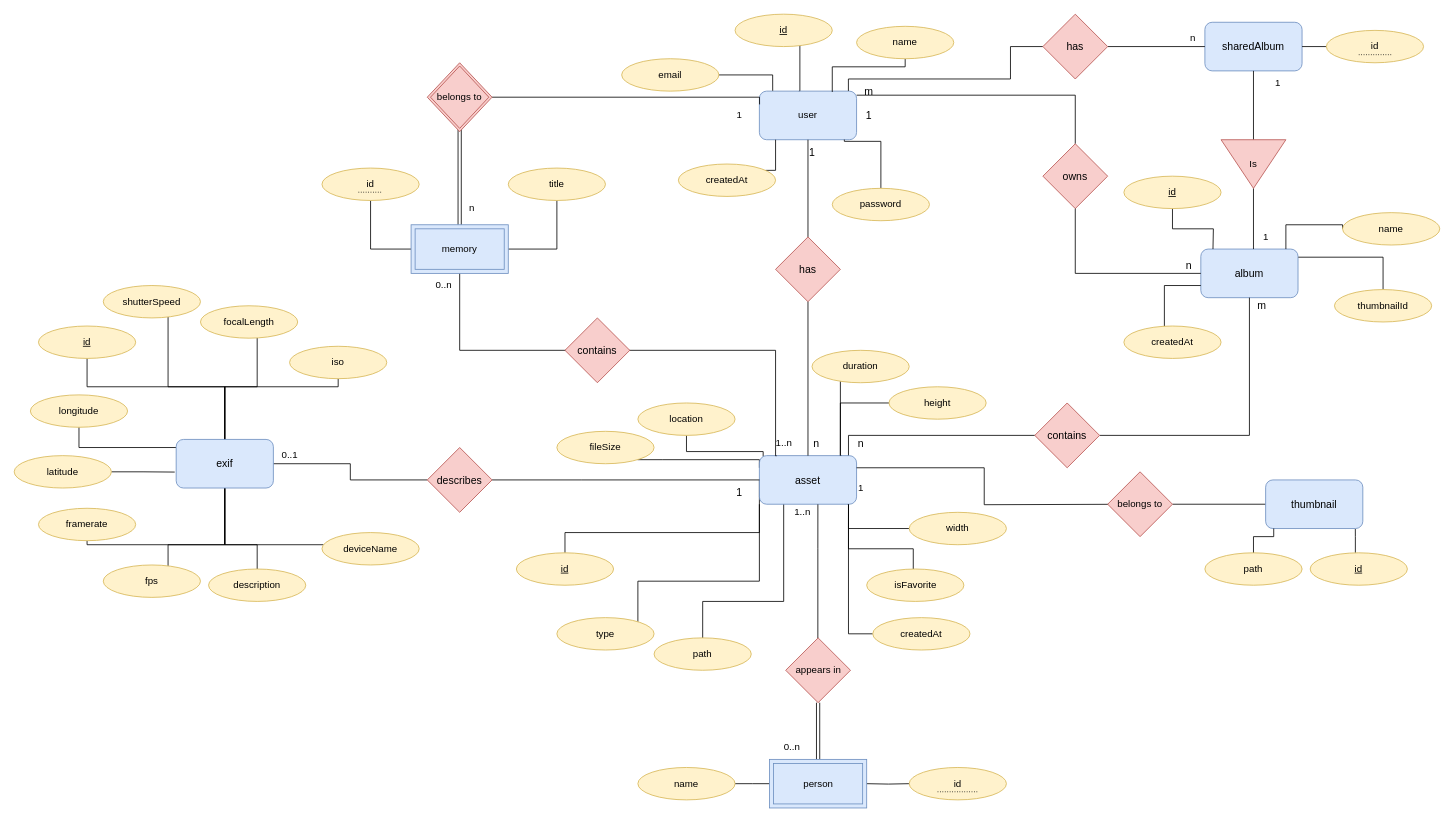
Before: db.drawio_model.drawio in toniker/db, a draw.io diagram. Source tidied: cells renumbered, new cells numbered last; positions are measured from the earlier drawing's top-left corner, leaving out a move shared by most shapes. Both pictures are drawn from the tidied source at 81%, with x=0, y=0 at pixel (14, 14).
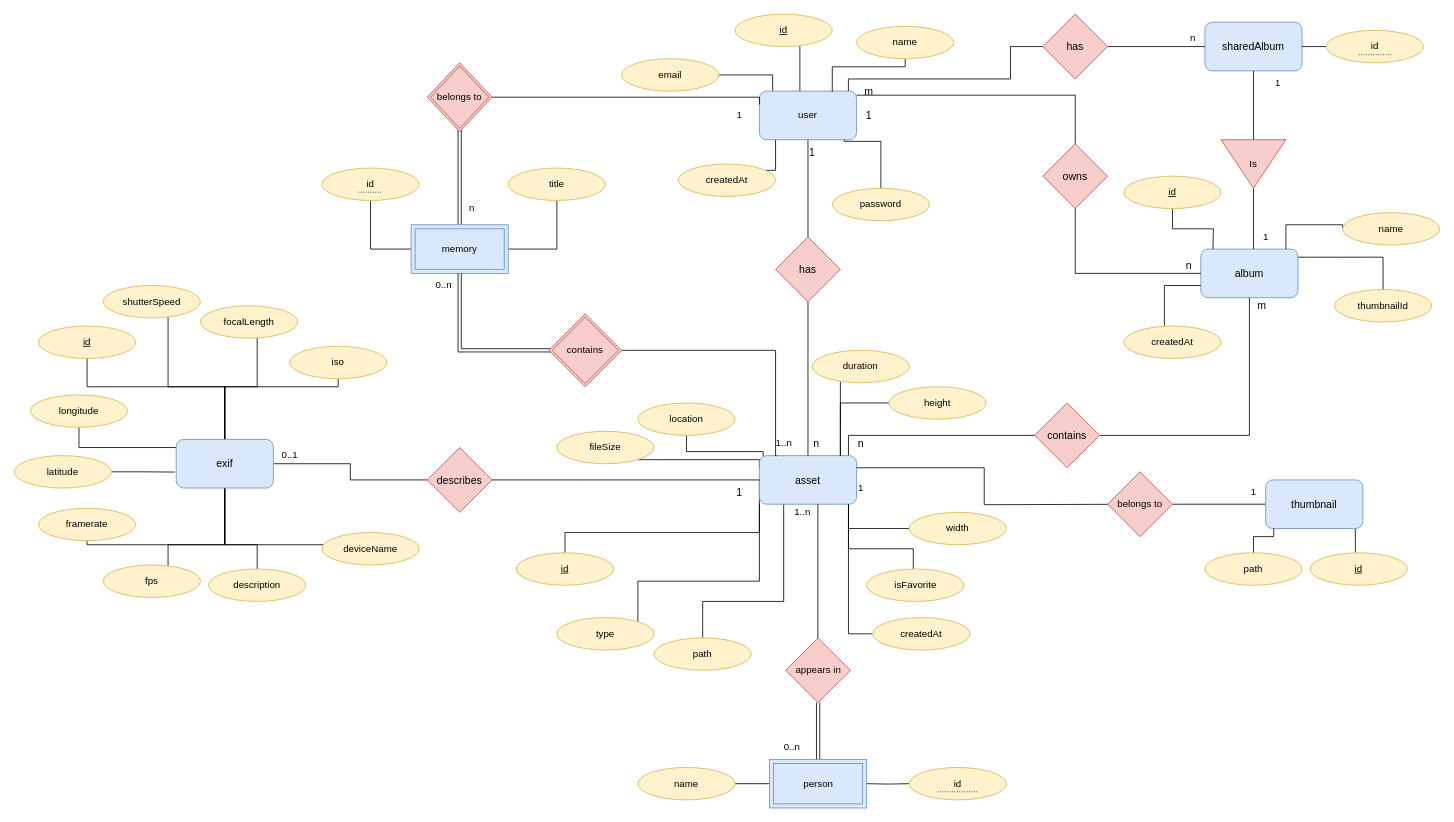
Above is the later version.

Unchanged cells that the change refers to:
```xml
<mxCell id="44" value="asset" style="rounded=1;whiteSpace=wrap;html=1;fontSize=13;fillColor=#dae8fc;strokeColor=#6c8ebf;" parent="1" vertex="1">
  <mxGeometry x="920" y="545" width="120" height="60" as="geometry" />
</mxCell>
<mxCell id="124" value="memory" style="shape=ext;margin=3;double=1;whiteSpace=wrap;html=1;align=center;fillColor=#dae8fc;strokeColor=#6c8ebf;" parent="1" vertex="1">
  <mxGeometry x="490" y="260" width="120" height="60" as="geometry" />
</mxCell>
```

Change to the diagram source:
```diff
@@
-    <mxCell id="88" style="edgeStyle=orthogonalEdgeStyle;rounded=0;jettySize=auto;html=1;entryX=0.177;entryY=0.003;entryDx=0;entryDy=0;strokeWidth=1;startArrow=none;startFill=0;endArrow=none;endFill=0;entryPerimeter=0;" parent="1" edge="1" source="90" target="44">
+    <mxCell id="88" style="edgeStyle=orthogonalEdgeStyle;rounded=0;jettySize=auto;html=1;entryX=0.177;entryY=0.003;entryDx=0;entryDy=0;strokeWidth=1;startArrow=none;startFill=0;endArrow=none;endFill=0;entryPerimeter=0;" parent="1" edge="1" target="44">
       <mxGeometry relative="1" as="geometry">
+        <mxPoint x="750" y="415" as="sourcePoint" />
         <Array as="points">
           <mxPoint x="940" y="415" />
           <mxPoint x="940" y="545" />
         </Array>
       </mxGeometry>
     </mxCell>
-    <mxCell id="89" style="edgeStyle=orthogonalEdgeStyle;rounded=0;jettySize=auto;html=1;entryX=0.5;entryY=1;entryDx=0;entryDy=0;strokeWidth=1;startArrow=none;startFill=0;endArrow=none;endFill=0;exitX=1;exitY=0.5;exitDx=0;exitDy=0;" parent="1" edge="1" source="90" target="124">
-      <mxGeometry relative="1" as="geometry">
-        <Array as="points">
-          <mxPoint x="550" y="415" />
-        </Array>
-      </mxGeometry>
-    </mxCell>
-    <mxCell id="90" value="contains" style="rhombus;whiteSpace=wrap;html=1;fontSize=13;fillColor=#f8cecc;strokeColor=#b85450;" parent="1" vertex="1">
-      <mxGeometry x="680" y="375" width="80" height="80" as="geometry" />
-    </mxCell>
@@
+    <mxCell id="134" value="1" style="text;html=1;align=center;verticalAlign=middle;strokeColor=none;fillColor=none;" parent="1" vertex="1">
+      <mxGeometry x="1515" y="575" width="30" height="30" as="geometry" />
+    </mxCell>
+    <mxCell id="135" style="shape=link;html=1;rounded=0;endArrow=none;endFill=0;exitX=0.5;exitY=1;exitDx=0;exitDy=0;entryX=0;entryY=0.5;entryDx=0;entryDy=0;edgeStyle=orthogonalEdgeStyle;" parent="1" edge="1" source="124">
+      <mxGeometry relative="1" as="geometry">
+        <mxPoint x="670" y="415" as="targetPoint" />
+        <Array as="points">
+          <mxPoint x="550" y="415" />
+        </Array>
+      </mxGeometry>
+    </mxCell>
+    <mxCell id="90" value="contains" style="shape=rhombus;double=1;perimeter=rhombusPerimeter;whiteSpace=wrap;html=1;align=center;fillColor=#f8cecc;strokeColor=#b85450;" parent="1" vertex="1">
+      <mxGeometry x="660" y="370" width="90" height="90" as="geometry" />
+    </mxCell>
```
